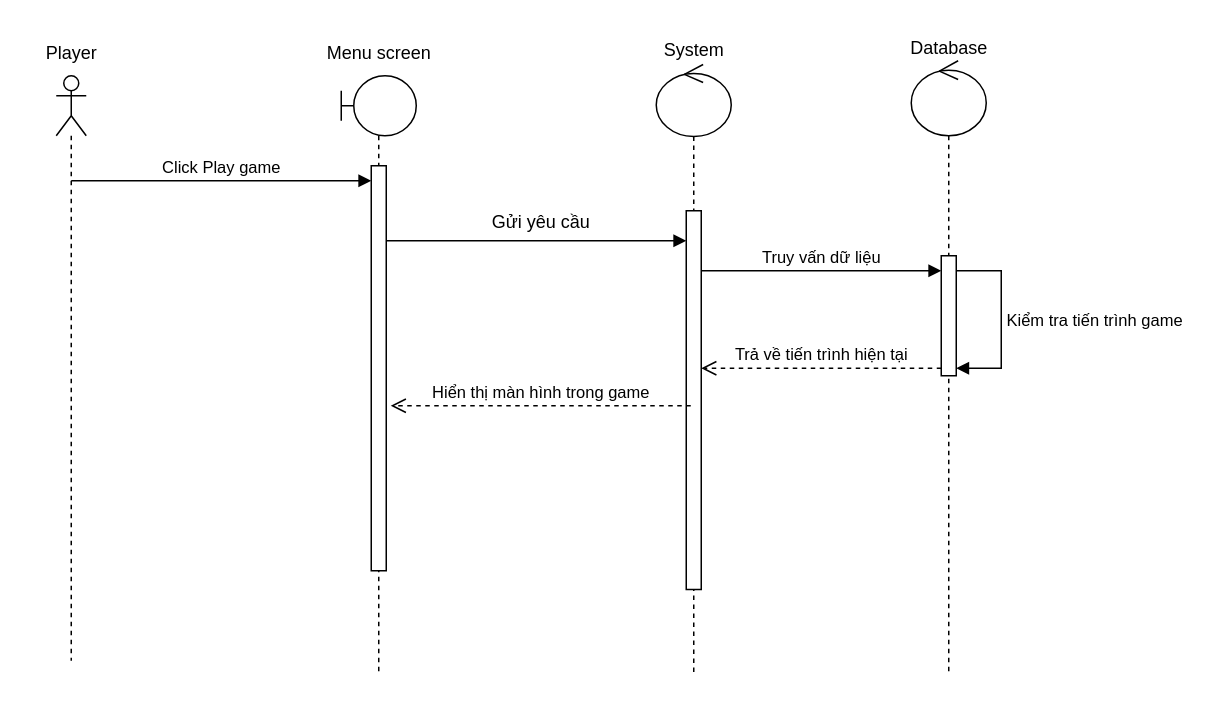
Before: SDplaygamebutton.drawio in pminhtu24/Game-fropig2.0, a draw.io diagram. Source tidied: cells renumbered, new cells numbered last; positions are measured from the earlier drawing's top-left corner, leaving out a move shared by most shapes. Both pictures are drawn from the tidied source at 150%, with x=0, y=0 at pixel (26, 24).
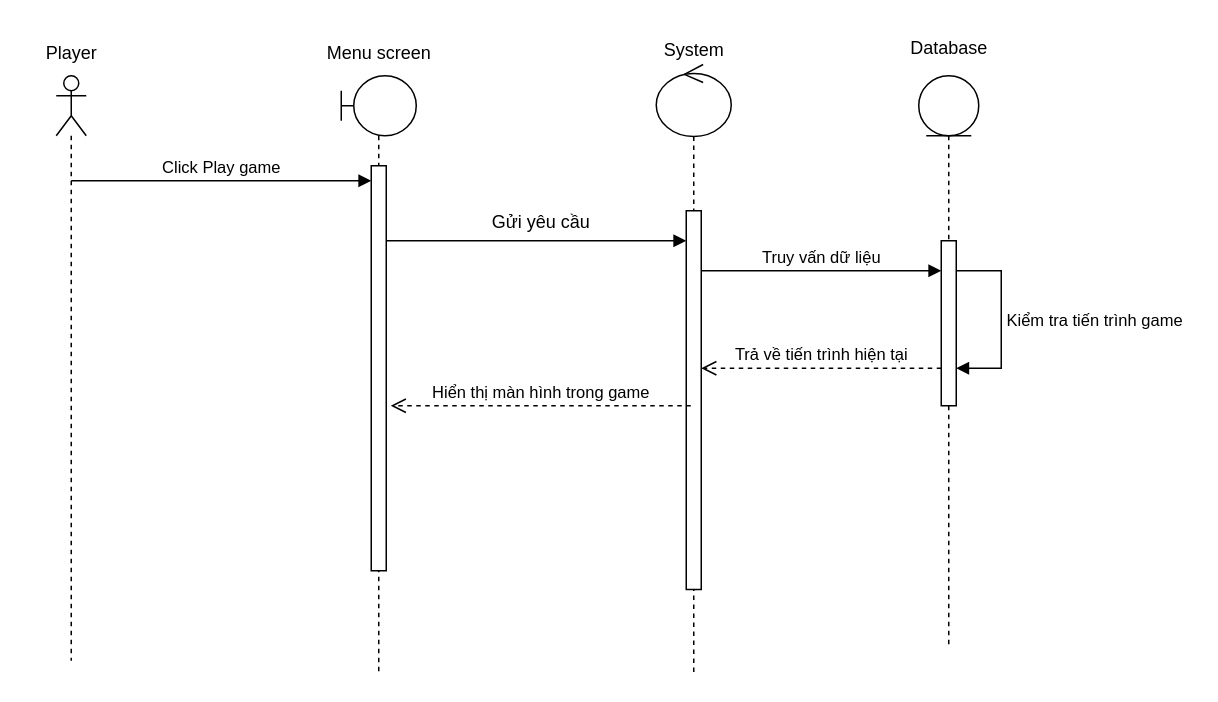
The same page after the edit.

The change refers to these unchanged cells:
```xml
<mxCell id="6" style="html=1;points=[[0,0,0,0,5],[0,1,0,0,-5],[1,0,0,0,5],[1,1,0,0,-5]];perimeter=orthogonalPerimeter;outlineConnect=0;targetShapes=umlLifeline;portConstraint=eastwest;newEdgeStyle={&quot;curved&quot;:0,&quot;rounded&quot;:0};" parent="5" vertex="1">
  <mxGeometry x="20" y="97.5" width="10" height="252.5" as="geometry" />
</mxCell>
```

Change to the diagram source:
```diff
@@
-    <mxCell id="7" style="shape=umlLifeline;perimeter=lifelinePerimeter;whiteSpace=wrap;html=1;newEdgeStyle={&quot;curved&quot;:0,&quot;rounded&quot;:0};participant=umlControl;size=50;" parent="1" vertex="1">
-      <mxGeometry x="590" y="24" width="50" height="410" as="geometry" />
-    </mxCell>
-    <mxCell id="8" style="html=1;points=[[0,0,0,0,5],[0,1,0,0,-5],[1,0,0,0,5],[1,1,0,0,-5]];perimeter=orthogonalPerimeter;outlineConnect=0;targetShapes=umlLifeline;portConstraint=eastwest;newEdgeStyle={&quot;curved&quot;:0,&quot;rounded&quot;:0};" parent="7" vertex="1">
-      <mxGeometry x="20" y="130" width="10" height="80" as="geometry" />
-    </mxCell>
@@
-    <mxCell id="17" value="Trả về tiến trình hiện tại" style="html=1;verticalAlign=bottom;endArrow=open;dashed=1;endSize=8;curved=0;rounded=0;exitX=0;exitY=1;exitDx=0;exitDy=-5;" parent="1" edge="1" source="8" target="6">
-      <mxGeometry relative="1" as="geometry" />
+    <mxCell id="17" value="Trả về tiến trình hiện tại" style="html=1;verticalAlign=bottom;endArrow=open;dashed=1;endSize=8;curved=0;rounded=0;exitX=0;exitY=1;exitDx=0;exitDy=-5;" parent="1" edge="1" target="6">
+      <mxGeometry relative="1" as="geometry">
+        <mxPoint x="610" y="229" as="sourcePoint" />
+      </mxGeometry>
     </mxCell>
-    <mxCell id="18" value="Kiểm tra tiến trình game&amp;nbsp;&amp;nbsp;" style="html=1;align=left;spacingLeft=2;endArrow=block;rounded=0;edgeStyle=orthogonalEdgeStyle;curved=0;rounded=0;entryX=1;entryY=1;entryDx=0;entryDy=-5;entryPerimeter=0;" parent="1" edge="1" target="8">
+    <mxCell id="18" value="Kiểm tra tiến trình game&amp;nbsp;&amp;nbsp;" style="html=1;align=left;spacingLeft=2;endArrow=block;rounded=0;edgeStyle=orthogonalEdgeStyle;curved=0;rounded=0;entryX=1;entryY=1;entryDx=0;entryDy=-5;entryPerimeter=0;" parent="1" edge="1">
       <mxGeometry relative="1" as="geometry">
         <mxPoint x="620" y="164" as="sourcePoint" />
+        <mxPoint x="620" y="229" as="targetPoint" />
         <Array as="points">
           <mxPoint x="650" y="164" />
           <mxPoint x="650" y="229" />
         </Array>
       </mxGeometry>
     </mxCell>
@@
+    <mxCell id="20" style="shape=umlLifeline;perimeter=lifelinePerimeter;whiteSpace=wrap;html=1;newEdgeStyle={&quot;curved&quot;:0,&quot;rounded&quot;:0};participant=umlEntity;" parent="1" vertex="1">
+      <mxGeometry x="595" y="34" width="40" height="380" as="geometry" />
+    </mxCell>
+    <mxCell id="21" style="html=1;perimeter=orthogonalPerimeter;targetShapes=umlLifeline;newEdgeStyle={&quot;curved&quot;:0,&quot;rounded&quot;:0};" parent="20" vertex="1">
+      <mxGeometry x="15" y="110" width="10" height="110" as="geometry" />
+    </mxCell>
```
